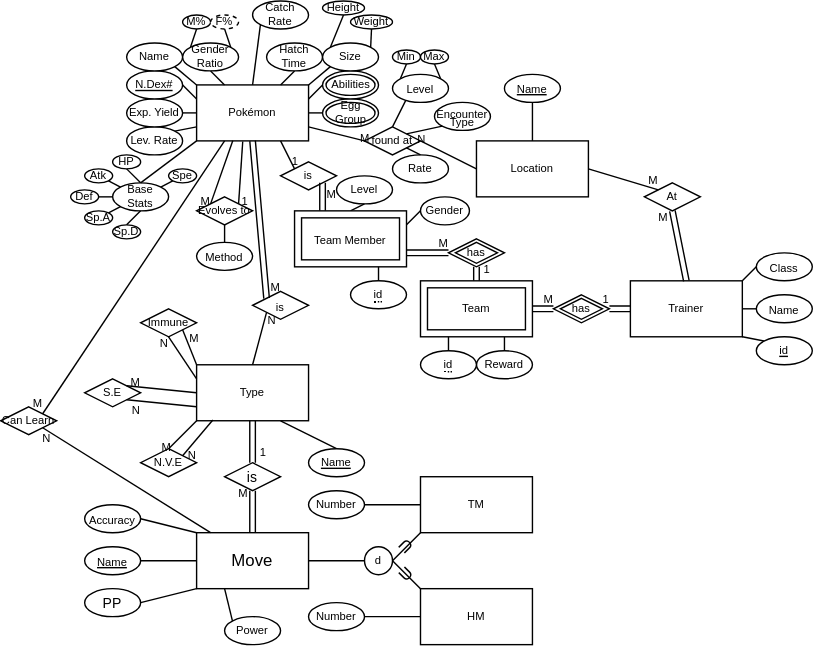
JacobJanzen/J5-Pocket-Monsters-Database keeps this draw.io diagram as diagrams/EER.svg. Above is the earlier version. Source tidied: cells renumbered, new cells last; positions are measured from the earlier drawing's top-left corner, leaving out a move shared by most shapes.
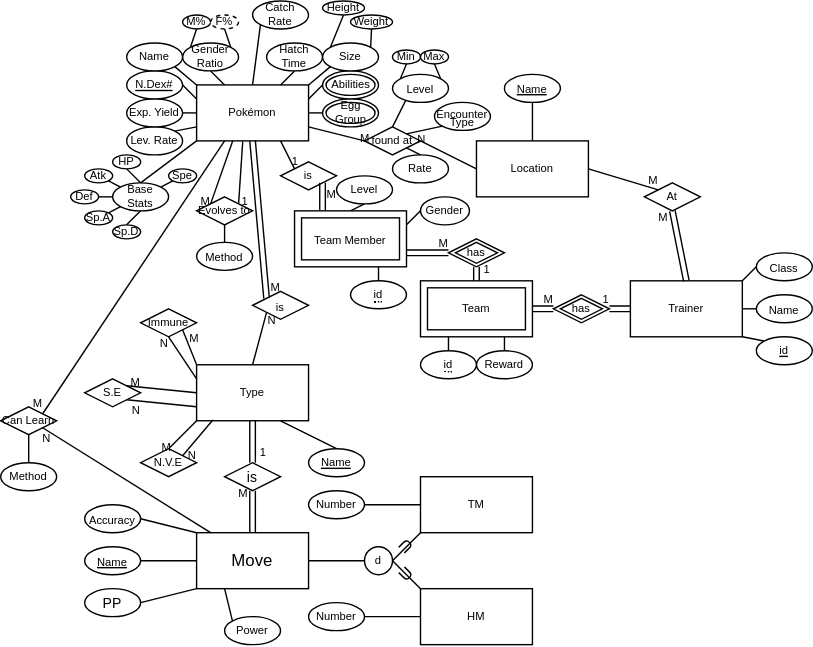
The same diagram one commit later.

What changed in the source:
```diff
@@ -562,5 +562,11 @@
         <mxPoint x="10" as="offset" />
       </mxGeometry>
     </mxCell>
+    <mxCell id="167" value="Method" style="ellipse;whiteSpace=wrap;html=1;align=center;fontSize=8;" parent="1" vertex="1">
+      <mxGeometry y="330" width="40" height="20" as="geometry" />
+    </mxCell>
+    <mxCell id="168" style="endArrow=none;html=1;rounded=0;fontSize=8;exitX=0.5;exitY=1;exitDx=0;exitDy=0;entryX=0.5;entryY=0;entryDx=0;entryDy=0;" parent="1" edge="1" source="44" target="167">
+      <mxGeometry relative="1" as="geometry" />
+    </mxCell>
   </root>
 </mxGraphModel>
```
